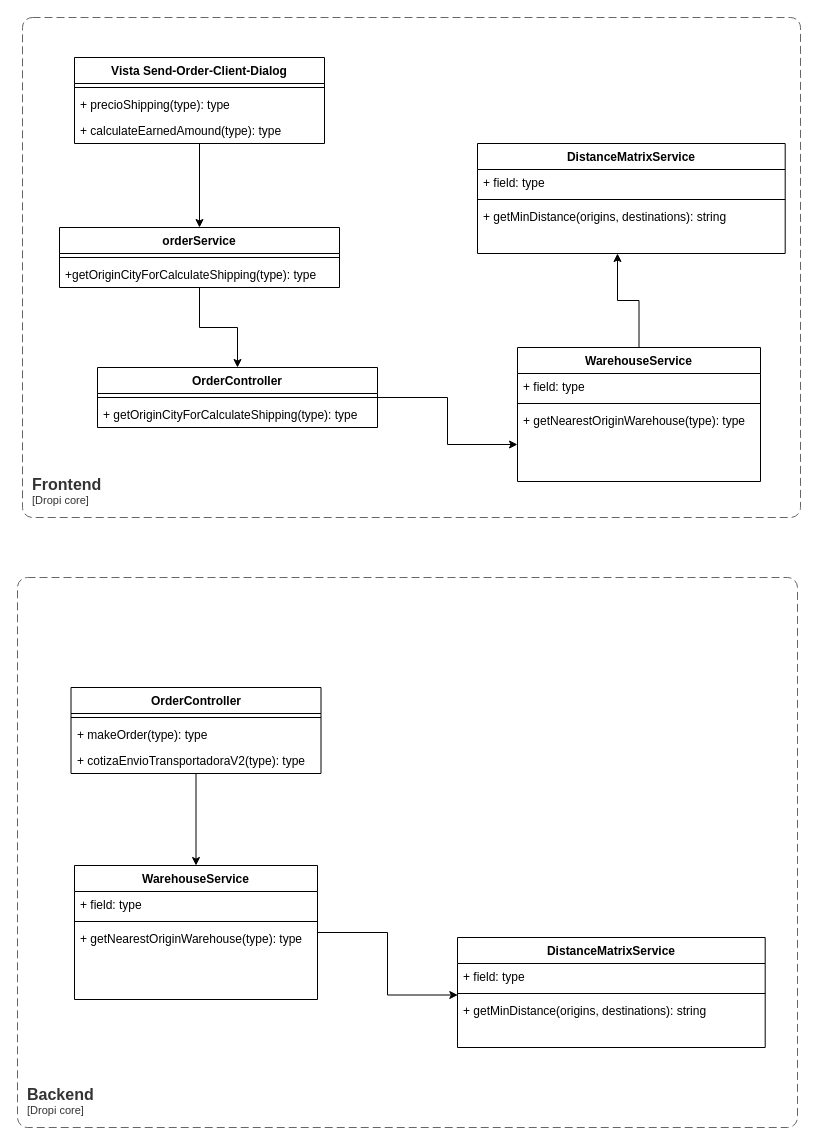
Before: diagramas_de_clase/Dropi diagrams.drawio in jhaineymilevis/diagrams, a draw.io diagram. Source tidied: cells renumbered, new cells numbered last; positions are measured from the earlier drawing's top-left corner, leaving out a move shared by most shapes. Both pictures are drawn from the tidied source at 100%, with x=0, y=0 at pixel (17, 17).
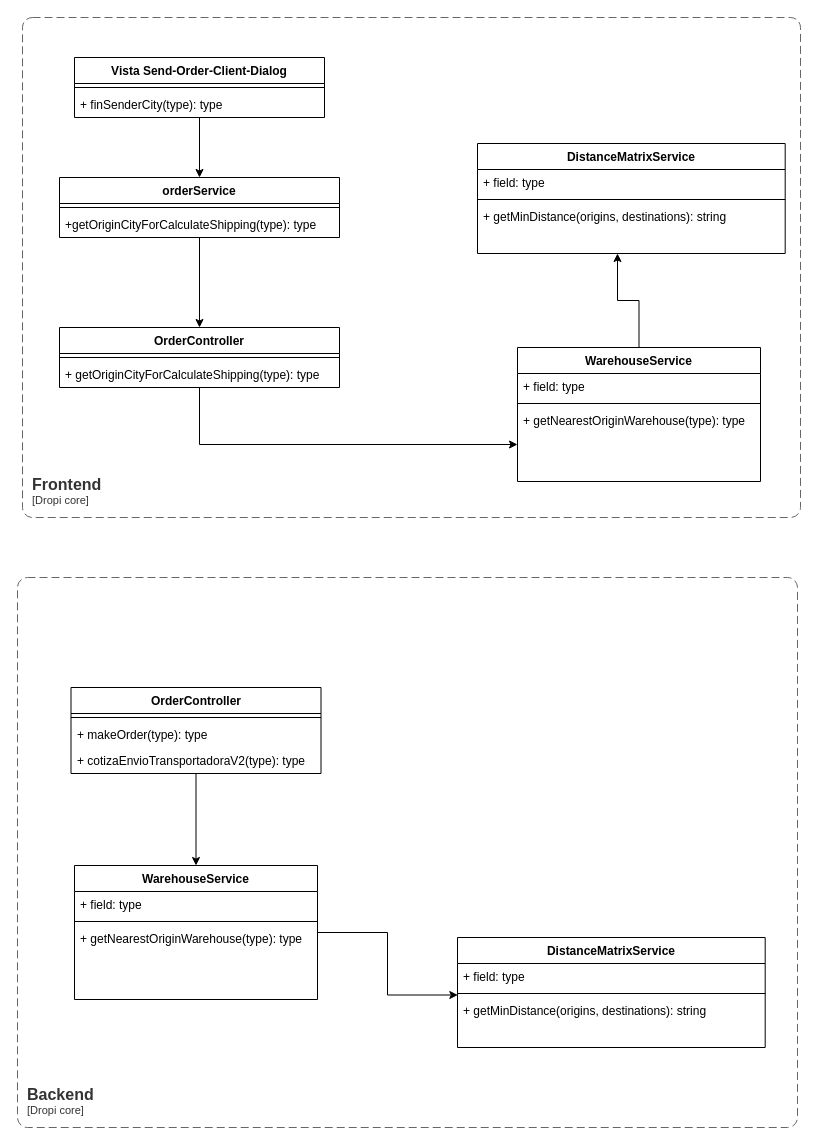
After the change.

Diff of the diagram source:
```diff
@@
     <mxCell id="18" value="Vista Send-Order-Client-Dialog" style="swimlane;fontStyle=1;align=center;verticalAlign=top;horizontal=1;startSize=26;whiteSpace=wrap;html=1;" parent="1" vertex="1">
-      <mxGeometry x="57" y="40" width="250" height="86" as="geometry" />
+      <mxGeometry x="57" y="40" width="250" height="60" as="geometry" />
     </mxCell>
@@
-    <mxCell id="20" value="+ precioShipping(type): type" style="text;strokeColor=none;fillColor=none;align=left;verticalAlign=top;spacingLeft=4;spacingRight=4;overflow=hidden;whiteSpace=wrap;html=1;" parent="18" vertex="1">
+    <mxCell id="20" value="+ finSenderCity(type): type" style="text;strokeColor=none;fillColor=none;align=left;verticalAlign=top;spacingLeft=4;spacingRight=4;overflow=hidden;whiteSpace=wrap;html=1;" parent="18" vertex="1">
       <mxGeometry y="34" width="250" height="26" as="geometry" />
     </mxCell>
-    <mxCell id="21" value="+ calculateEarnedAmound(type): type" style="text;strokeColor=none;fillColor=none;align=left;verticalAlign=top;spacingLeft=4;spacingRight=4;overflow=hidden;whiteSpace=wrap;html=1;" parent="18" vertex="1">
-      <mxGeometry y="60" width="250" height="26" as="geometry" />
-    </mxCell>
@@
     <mxCell id="23" value="orderService" style="swimlane;fontStyle=1;align=center;verticalAlign=top;horizontal=1;startSize=26;whiteSpace=wrap;html=1;" parent="1" vertex="1">
-      <mxGeometry x="42" y="210" width="280" height="60" as="geometry" />
+      <mxGeometry x="42" y="160" width="280" height="60" as="geometry" />
     </mxCell>
@@
     <mxCell id="28" value="OrderController" style="swimlane;fontStyle=1;align=center;verticalAlign=top;horizontal=1;startSize=26;whiteSpace=wrap;html=1;" parent="1" vertex="1">
-      <mxGeometry x="80" y="350" width="280" height="60" as="geometry" />
+      <mxGeometry x="42" y="310" width="280" height="60" as="geometry" />
     </mxCell>
```
